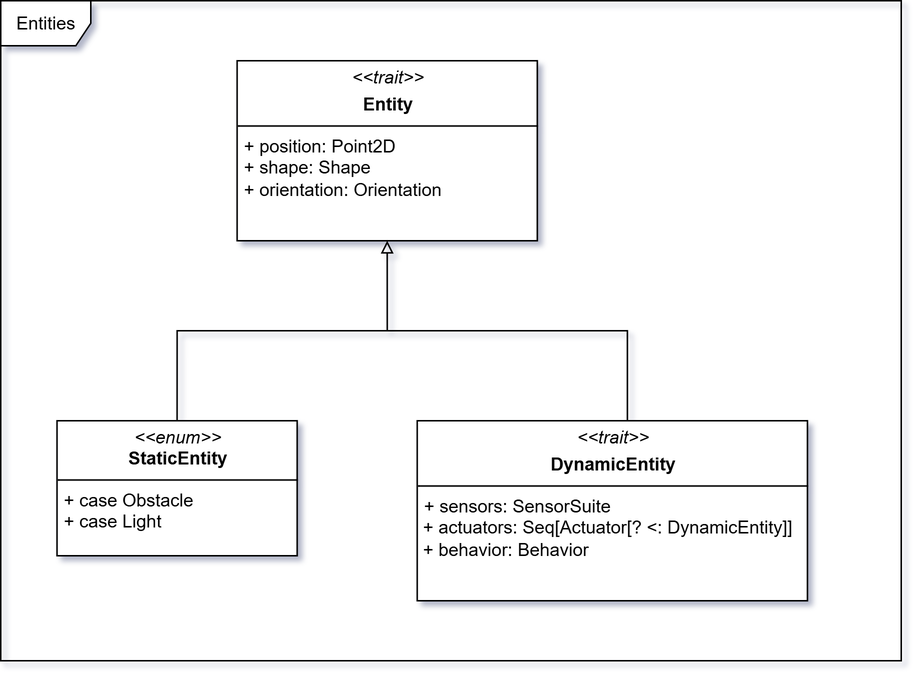
Scala-Robotics-Simulator/PPS-22-srs keeps this draw.io diagram as docs/static/img/04-detailed-design/entities.png. Above is the earlier version. Source tidied: cells renumbered, new cells last; positions are measured from the earlier drawing's top-left corner, leaving out a move shared by most shapes.
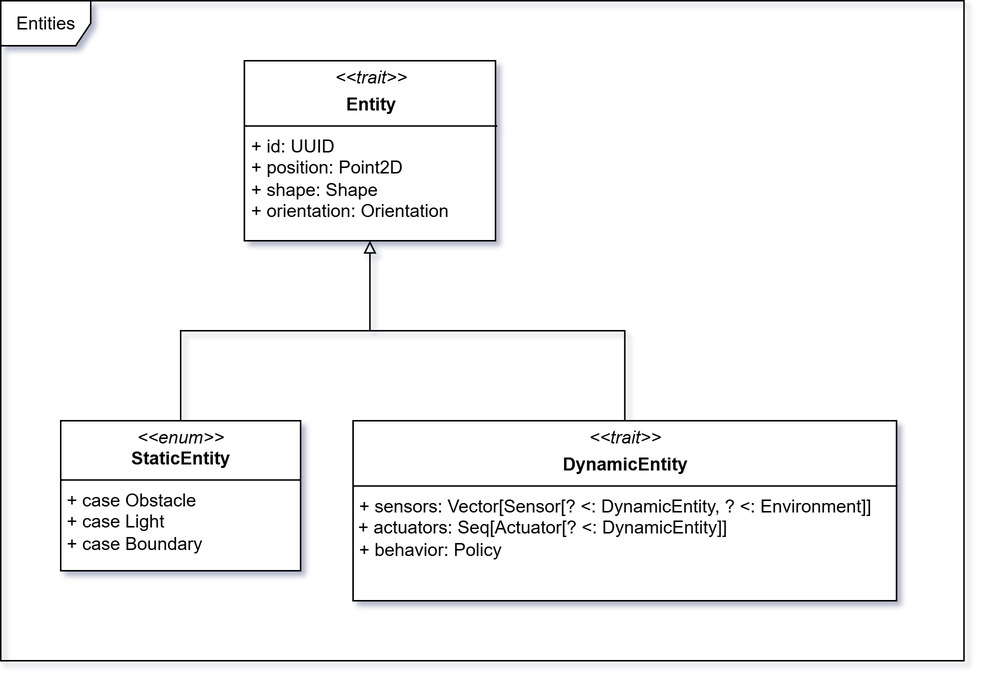
After the change.

The edit, as a diff of the source:
```diff
@@ -2,34 +2,33 @@
   <root>
     <mxCell id="0" />
     <mxCell id="1" parent="0" />
-    <mxCell id="2" value="&lt;p style=&quot;margin:0px;margin-top:4px;text-align:center;&quot;&gt;&lt;i&gt;&amp;lt;&amp;lt;trait&amp;gt;&amp;gt;&lt;/i&gt;&lt;/p&gt;&lt;p style=&quot;margin:0px;margin-top:4px;text-align:center;&quot;&gt;&lt;b&gt;Entity&lt;/b&gt;&lt;/p&gt;&lt;hr size=&quot;1&quot; style=&quot;border-style:solid;&quot;&gt;&lt;p style=&quot;margin:0px;margin-left:4px;&quot;&gt;+ position: Point2D&lt;/p&gt;&lt;p style=&quot;margin:0px;margin-left:4px;&quot;&gt;+ shape: Shape&lt;/p&gt;&lt;p style=&quot;margin:0px;margin-left:4px;&quot;&gt;+ orientation: Orientation&lt;/p&gt;" style="verticalAlign=top;align=left;overflow=fill;html=1;whiteSpace=wrap;" parent="1" vertex="1">
-      <mxGeometry x="157.5" y="40" width="200" height="120" as="geometry" />
+    <mxCell id="2" value="&lt;p style=&quot;margin:0px;margin-top:4px;text-align:center;&quot;&gt;&lt;i&gt;&amp;lt;&amp;lt;trait&amp;gt;&amp;gt;&lt;/i&gt;&lt;/p&gt;&lt;p style=&quot;margin:0px;margin-top:4px;text-align:center;&quot;&gt;&lt;b&gt;Entity&lt;/b&gt;&lt;/p&gt;&lt;hr size=&quot;1&quot; style=&quot;border-style:solid;&quot;&gt;&lt;p style=&quot;margin:0px;margin-left:4px;&quot;&gt;+&amp;nbsp;id: UUID&lt;/p&gt;&lt;p style=&quot;margin:0px;margin-left:4px;&quot;&gt;+ position: Point2D&lt;/p&gt;&lt;p style=&quot;margin:0px;margin-left:4px;&quot;&gt;+ shape: Shape&lt;/p&gt;&lt;p style=&quot;margin:0px;margin-left:4px;&quot;&gt;+ orientation: Orientation&lt;/p&gt;" style="verticalAlign=top;align=left;overflow=fill;html=1;whiteSpace=wrap;" parent="1" vertex="1">
+      <mxGeometry x="82.5" y="80" width="167.5" height="120" as="geometry" />
     </mxCell>
-    <mxCell id="3" style="edgeStyle=orthogonalEdgeStyle;rounded=0;jettySize=auto;html=1;exitX=0.5;exitY=0;exitDx=0;exitDy=0;endArrow=block;endFill=0;" parent="1" edge="1" source="4">
+    <mxCell id="3" style="edgeStyle=orthogonalEdgeStyle;rounded=0;jettySize=auto;html=1;exitX=0.5;exitY=0;exitDx=0;exitDy=0;endArrow=block;endFill=0;entryX=0.5;entryY=1;entryDx=0;entryDy=0;" parent="1" edge="1" source="4" target="2">
       <mxGeometry relative="1" as="geometry">
-        <mxPoint x="257.5" y="160" as="targetPoint" />
         <Array as="points">
-          <mxPoint x="417.5" y="220" />
-          <mxPoint x="257.5" y="220" />
+          <mxPoint x="336" y="260" />
+          <mxPoint x="166" y="260" />
         </Array>
       </mxGeometry>
     </mxCell>
-    <mxCell id="4" value="&lt;p style=&quot;margin:0px;margin-top:4px;text-align:center;&quot;&gt;&lt;i&gt;&amp;lt;&amp;lt;trait&amp;gt;&amp;gt;&lt;/i&gt;&lt;/p&gt;&lt;p style=&quot;margin:0px;margin-top:4px;text-align:center;&quot;&gt;&lt;b&gt;DynamicEntity&lt;/b&gt;&lt;/p&gt;&lt;hr size=&quot;1&quot; style=&quot;border-style:solid;&quot;&gt;&lt;p style=&quot;margin:0px;margin-left:4px;&quot;&gt;+ sensors: SensorSuite&lt;/p&gt;&lt;div&gt;&amp;nbsp;+&amp;nbsp;actuators: Seq[Actuator[? &amp;lt;: DynamicEntity]]&lt;/div&gt;&lt;div&gt;&amp;nbsp;+ behavior: Behavior&lt;/div&gt;&lt;p style=&quot;margin:0px;margin-left:4px;&quot;&gt;&lt;br&gt;&lt;/p&gt;" style="verticalAlign=top;align=left;overflow=fill;html=1;whiteSpace=wrap;" parent="1" vertex="1">
-      <mxGeometry x="277.5" y="280" width="260" height="120" as="geometry" />
+    <mxCell id="4" value="&lt;p style=&quot;margin:0px;margin-top:4px;text-align:center;&quot;&gt;&lt;i&gt;&amp;lt;&amp;lt;trait&amp;gt;&amp;gt;&lt;/i&gt;&lt;/p&gt;&lt;p style=&quot;margin:0px;margin-top:4px;text-align:center;&quot;&gt;&lt;b&gt;DynamicEntity&lt;/b&gt;&lt;/p&gt;&lt;hr size=&quot;1&quot; style=&quot;border-style:solid;&quot;&gt;&lt;p style=&quot;margin:0px;margin-left:4px;&quot;&gt;+&amp;nbsp;&lt;span style=&quot;background-color: transparent; color: light-dark(rgb(0, 0, 0), rgb(255, 255, 255));&quot;&gt;sensors: Vector[Sensor[? &amp;lt;: DynamicEntity, ? &amp;lt;: Environment]]&lt;/span&gt;&lt;/p&gt;&lt;div&gt;&amp;nbsp;+&amp;nbsp;actuators: Seq[Actuator[? &amp;lt;: DynamicEntity]]&lt;/div&gt;&lt;p style=&quot;margin:0px;margin-left:4px;&quot;&gt;+&amp;nbsp;&lt;span style=&quot;background-color: transparent; color: light-dark(rgb(0, 0, 0), rgb(255, 255, 255));&quot;&gt;behavior: Policy&lt;/span&gt;&lt;/p&gt;" style="verticalAlign=top;align=left;overflow=fill;html=1;whiteSpace=wrap;" parent="1" vertex="1">
+      <mxGeometry x="155" y="320" width="362.5" height="120" as="geometry" />
     </mxCell>
     <mxCell id="5" value="Entities" style="shape=umlFrame;whiteSpace=wrap;html=1;" parent="1" vertex="1">
-      <mxGeometry width="600" height="440" as="geometry" />
+      <mxGeometry x="-80" y="40" width="642.5" height="440" as="geometry" />
     </mxCell>
     <mxCell id="6" style="edgeStyle=orthogonalEdgeStyle;rounded=0;jettySize=auto;html=1;exitX=0.5;exitY=0;exitDx=0;exitDy=0;endArrow=none;endFill=0;" parent="1" edge="1" source="7">
       <mxGeometry relative="1" as="geometry">
-        <mxPoint x="260" y="220" as="targetPoint" />
+        <mxPoint x="170" y="260" as="targetPoint" />
         <Array as="points">
-          <mxPoint x="118" y="220" />
+          <mxPoint x="40" y="260" />
         </Array>
       </mxGeometry>
     </mxCell>
-    <mxCell id="7" value="&lt;p style=&quot;margin:0px;margin-top:4px;text-align:center;&quot;&gt;&lt;i&gt;&amp;lt;&amp;lt;enum&amp;gt;&amp;gt;&lt;br&gt;&lt;/i&gt;&lt;b&gt;StaticEntity&lt;/b&gt;&lt;/p&gt;&lt;hr size=&quot;1&quot; style=&quot;border-style:solid;&quot;&gt;&lt;p style=&quot;margin:0px;margin-left:4px;&quot;&gt;+ case Obstacle&lt;/p&gt;&lt;p style=&quot;margin:0px;margin-left:4px;&quot;&gt;+ case Light&lt;/p&gt;" style="verticalAlign=top;align=left;overflow=fill;html=1;whiteSpace=wrap;" parent="1" vertex="1">
-      <mxGeometry x="37.5" y="280" width="160" height="90" as="geometry" />
+    <mxCell id="7" value="&lt;p style=&quot;margin:0px;margin-top:4px;text-align:center;&quot;&gt;&lt;i&gt;&amp;lt;&amp;lt;enum&amp;gt;&amp;gt;&lt;br&gt;&lt;/i&gt;&lt;b&gt;StaticEntity&lt;/b&gt;&lt;/p&gt;&lt;hr size=&quot;1&quot; style=&quot;border-style:solid;&quot;&gt;&lt;p style=&quot;margin:0px;margin-left:4px;&quot;&gt;+ case Obstacle&lt;/p&gt;&lt;p style=&quot;margin:0px;margin-left:4px;&quot;&gt;+ case Light&lt;/p&gt;&lt;p style=&quot;margin:0px;margin-left:4px;&quot;&gt;+ case Boundary&lt;/p&gt;" style="verticalAlign=top;align=left;overflow=fill;html=1;whiteSpace=wrap;" parent="1" vertex="1">
+      <mxGeometry x="-40" y="320" width="160" height="100" as="geometry" />
     </mxCell>
   </root>
 </mxGraphModel>
```
